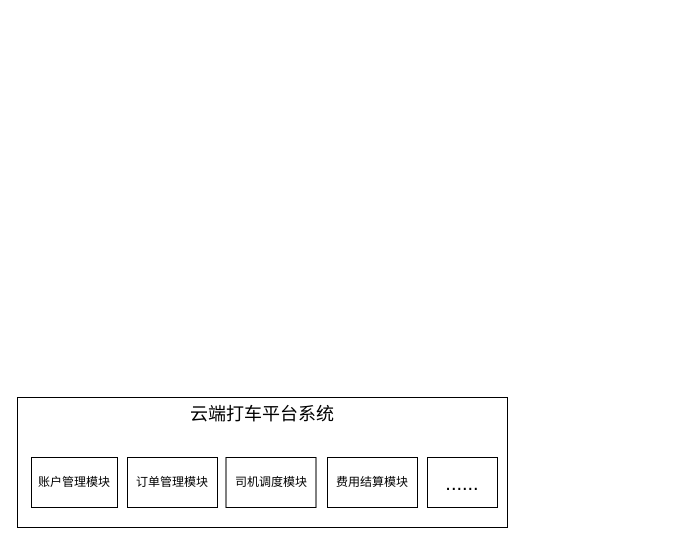
Before: draw/亲情关怀打车系统架构图.drawio in befairyliu/draw.io, a draw.io diagram. Source tidied: cells renumbered, new cells numbered last; positions are measured from the earlier drawing's top-left corner, leaving out a move shared by most shapes. Both pictures are drawn from the tidied source at 100%, with x=0, y=0 at pixel (17, 397).
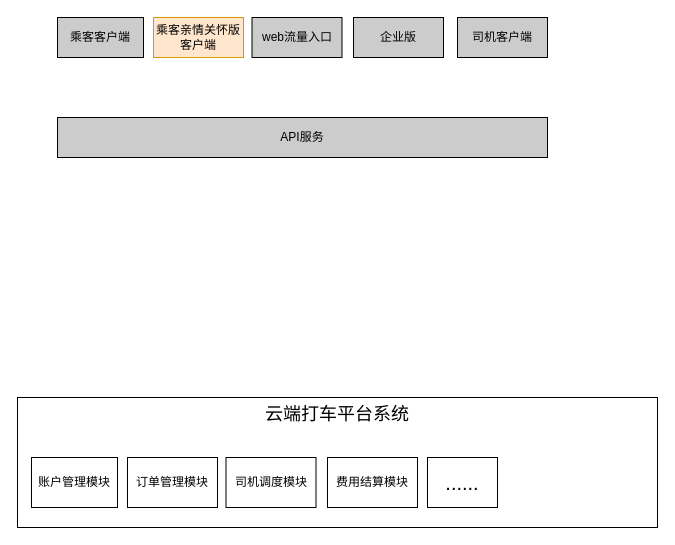
The same diagram, later.

Commit message (it also covers changes not shown here):
Update 亲情关怀打车系统架构图.drawio

Diff of the diagram source:
```diff
@@
 <mxGraphModel>
   <root>
     <mxCell id="0" />
     <mxCell id="1" parent="0" />
     <mxCell id="2" value="&lt;font style=&quot;font-size: 18px&quot;&gt;云端打车平台系统&lt;/font&gt;" style="rounded=0;whiteSpace=wrap;html=1;verticalAlign=top;" parent="1" vertex="1">
-      <mxGeometry width="490" height="130" as="geometry" />
+      <mxGeometry width="640" height="130" as="geometry" />
     </mxCell>
     <mxCell id="3" value="账户管理模块" style="rounded=0;whiteSpace=wrap;html=1;" parent="1" vertex="1">
       <mxGeometry x="14" y="60" width="86" height="50" as="geometry" />
     </mxCell>
     <mxCell id="4" value="订单管理模块" style="rounded=0;whiteSpace=wrap;html=1;" parent="1" vertex="1">
       <mxGeometry x="110" y="60" width="90" height="50" as="geometry" />
     </mxCell>
     <mxCell id="5" value="司机调度模块" style="rounded=0;whiteSpace=wrap;html=1;" parent="1" vertex="1">
       <mxGeometry x="208.5" y="60" width="90" height="50" as="geometry" />
     </mxCell>
     <mxCell id="6" value="费用结算模块" style="rounded=0;whiteSpace=wrap;html=1;" parent="1" vertex="1">
       <mxGeometry x="310" y="60" width="90" height="50" as="geometry" />
     </mxCell>
     <mxCell id="7" value="&lt;font style=&quot;font-size: 20px&quot;&gt;......&lt;/font&gt;" style="rounded=0;whiteSpace=wrap;html=1;" parent="1" vertex="1">
       <mxGeometry x="410" y="60" width="70" height="50" as="geometry" />
     </mxCell>
+    <mxCell id="8" value="乘客客户端" style="rounded=0;whiteSpace=wrap;html=1;fillColor=#CCCCCC;" parent="1" vertex="1">
+      <mxGeometry x="40" y="-380" width="86" height="40" as="geometry" />
+    </mxCell>
+    <mxCell id="9" value="乘客亲情关怀版客户端" style="rounded=0;whiteSpace=wrap;html=1;fillColor=#ffe6cc;strokeColor=#d79b00;" parent="1" vertex="1">
+      <mxGeometry x="136" y="-380" width="90" height="40" as="geometry" />
+    </mxCell>
+    <mxCell id="10" value="web流量入口" style="rounded=0;whiteSpace=wrap;html=1;fillColor=#CCCCCC;" parent="1" vertex="1">
+      <mxGeometry x="234.5" y="-380" width="90" height="40" as="geometry" />
+    </mxCell>
+    <mxCell id="11" value="企业版" style="rounded=0;whiteSpace=wrap;html=1;fillColor=#CCCCCC;" parent="1" vertex="1">
+      <mxGeometry x="336" y="-380" width="90" height="40" as="geometry" />
+    </mxCell>
+    <mxCell id="12" value="司机客户端" style="rounded=0;whiteSpace=wrap;html=1;fillColor=#CCCCCC;" parent="1" vertex="1">
+      <mxGeometry x="440" y="-380" width="90" height="40" as="geometry" />
+    </mxCell>
+    <mxCell id="13" value="API服务" style="rounded=0;whiteSpace=wrap;html=1;fillColor=#CCCCCC;" parent="1" vertex="1">
+      <mxGeometry x="40" y="-280" width="490" height="40" as="geometry" />
+    </mxCell>
   </root>
 </mxGraphModel>
```
